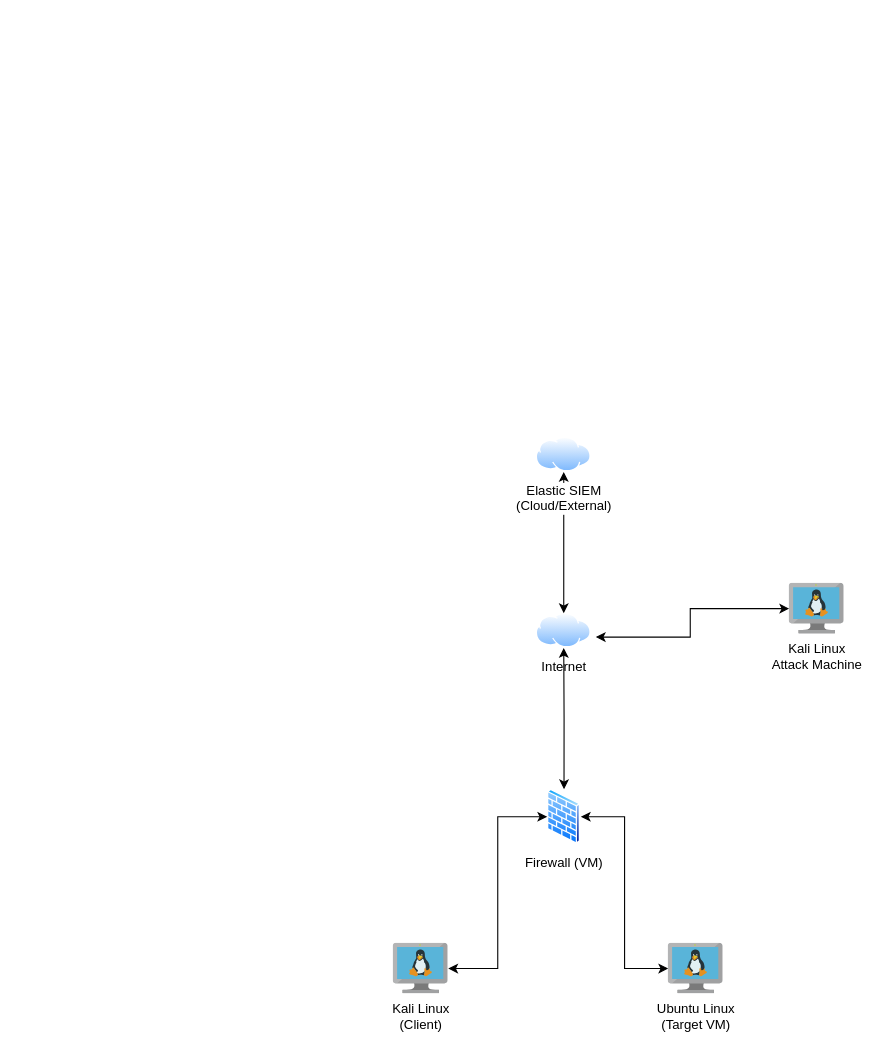
Above: SOC home lab.drawio in cubanrice/cubanrice.github.io (draw.io), before the change. Source tidied: cells renumbered, new cells numbered last; positions are measured from the earlier drawing's top-left corner, leaving out a move shared by most shapes. Both pictures are drawn from the tidied source at 110%, with x=0, y=0 at pixel (393, 437).
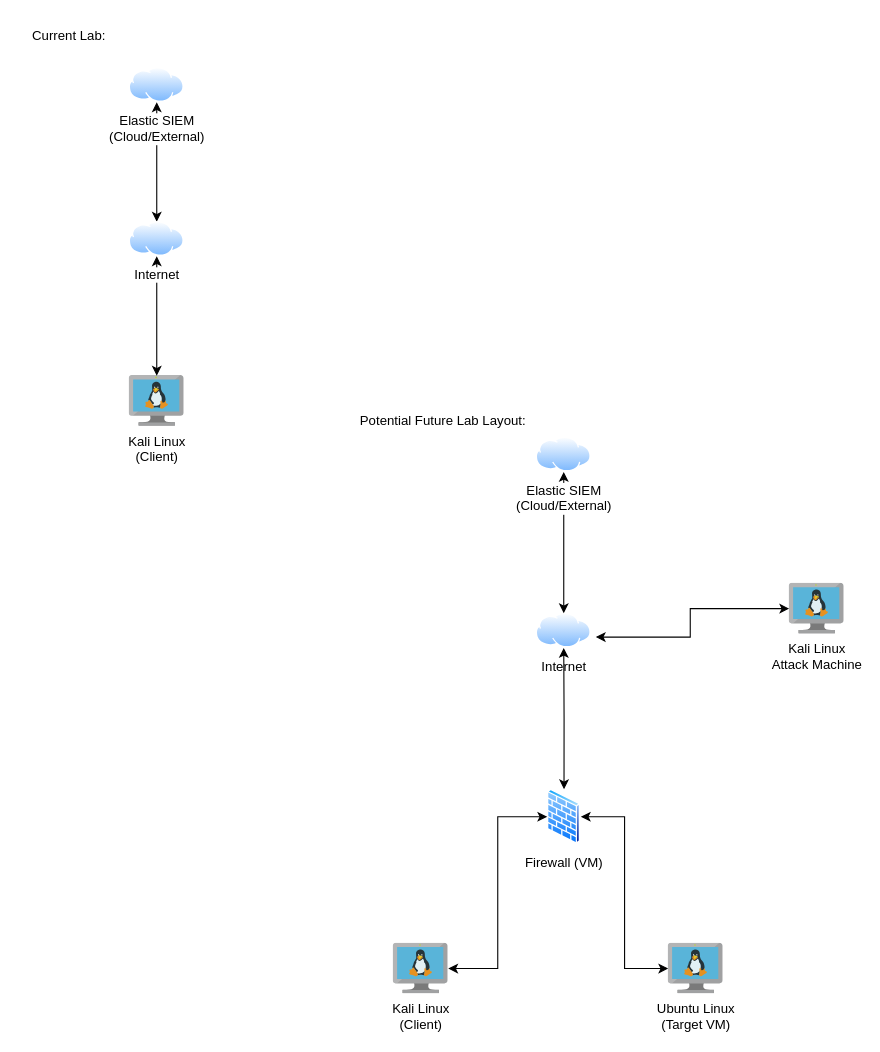
The same diagram, later.

What changed in the source:
```diff
@@
 <mxGraphModel>
   <root>
     <mxCell id="0" />
     <mxCell id="1" parent="0" />
     <mxCell id="2" value="Internet" style="image;perimeter=ellipsePerimeter;html=1;align=center;shadow=0;dashed=0;spacingTop=3;image=img/lib/active_directory/internet_cloud.svg;" parent="1" vertex="1">
       <mxGeometry x="130" y="160" width="50" height="31.5" as="geometry" />
     </mxCell>
     <mxCell id="3" style="edgeStyle=orthogonalEdgeStyle;rounded=0;jettySize=auto;html=1;startArrow=classic;startFill=1;" parent="1" edge="1" source="4" target="2">
       <mxGeometry relative="1" as="geometry" />
     </mxCell>
     <mxCell id="4" value="Firewall (VM)" style="image;perimeter=ellipsePerimeter;html=1;align=center;shadow=0;dashed=0;spacingTop=3;image=img/lib/active_directory/firewall.svg;" parent="1" vertex="1">
       <mxGeometry x="140" y="320" width="30.5" height="50" as="geometry" />
     </mxCell>
     <mxCell id="5" style="edgeStyle=orthogonalEdgeStyle;rounded=0;jettySize=auto;html=1;entryX=0;entryY=0.5;entryDx=0;entryDy=0;startArrow=classic;startFill=1;" parent="1" edge="1" source="6" target="4">
       <mxGeometry relative="1" as="geometry" />
     </mxCell>
     <mxCell id="6" value="Kali Linux&lt;div&gt;(Client)&lt;/div&gt;" style="image;sketch=0;html=1;points=[];align=center;fontSize=12;image=img/lib/mscae/VM_Linux.svg;" parent="1" vertex="1">
       <mxGeometry y="460" width="50" height="46" as="geometry" />
     </mxCell>
     <mxCell id="7" style="edgeStyle=orthogonalEdgeStyle;rounded=0;jettySize=auto;html=1;entryX=1;entryY=0.5;entryDx=0;entryDy=0;startArrow=classic;startFill=1;" parent="1" edge="1" source="8" target="4">
       <mxGeometry relative="1" as="geometry" />
     </mxCell>
     <mxCell id="8" value="Ubuntu Linux&lt;div&gt;(Target VM)&lt;/div&gt;" style="image;sketch=0;html=1;points=[];align=center;fontSize=12;image=img/lib/mscae/VM_Linux.svg;" parent="1" vertex="1">
       <mxGeometry x="250" y="460" width="50" height="46" as="geometry" />
     </mxCell>
     <mxCell id="9" value="Kali Linux&lt;div&gt;Attack Machine&lt;/div&gt;" style="image;sketch=0;html=1;points=[];align=center;fontSize=12;image=img/lib/mscae/VM_Linux.svg;" parent="1" vertex="1">
       <mxGeometry x="360" y="132.8" width="50" height="46" as="geometry" />
     </mxCell>
     <mxCell id="10" style="edgeStyle=orthogonalEdgeStyle;rounded=0;jettySize=auto;html=1;entryX=0.5;entryY=0;entryDx=0;entryDy=0;startArrow=classic;startFill=1;" parent="1" edge="1" source="11" target="2">
       <mxGeometry relative="1" as="geometry" />
     </mxCell>
     <mxCell id="11" value="Elastic SIEM&lt;div&gt;(Cloud/External)&lt;/div&gt;" style="image;perimeter=ellipsePerimeter;html=1;align=center;shadow=0;dashed=0;spacingTop=3;image=img/lib/active_directory/internet_cloud.svg;" parent="1" vertex="1">
       <mxGeometry x="130" width="50" height="31.5" as="geometry" />
     </mxCell>
     <mxCell id="12" style="edgeStyle=orthogonalEdgeStyle;rounded=0;jettySize=auto;html=1;entryX=1.083;entryY=0.688;entryDx=0;entryDy=0;entryPerimeter=0;startArrow=classic;startFill=1;" parent="1" edge="1" source="9" target="2">
       <mxGeometry relative="1" as="geometry" />
     </mxCell>
+    <mxCell id="13" value="Kali Linux&lt;div&gt;(Client)&lt;/div&gt;" style="image;sketch=0;html=1;points=[];align=center;fontSize=12;image=img/lib/mscae/VM_Linux.svg;" parent="1" vertex="1">
+      <mxGeometry x="-240" y="-56" width="50" height="46" as="geometry" />
+    </mxCell>
+    <mxCell id="14" style="edgeStyle=orthogonalEdgeStyle;rounded=0;jettySize=auto;html=1;startArrow=classic;startFill=1;" parent="1" edge="1" source="16" target="17">
+      <mxGeometry relative="1" as="geometry" />
+    </mxCell>
+    <mxCell id="15" style="edgeStyle=orthogonalEdgeStyle;rounded=0;jettySize=auto;html=1;startArrow=classic;startFill=1;" parent="1" edge="1" source="16" target="13">
+      <mxGeometry relative="1" as="geometry" />
+    </mxCell>
+    <mxCell id="16" value="Internet" style="image;perimeter=ellipsePerimeter;html=1;align=center;shadow=0;dashed=0;spacingTop=3;image=img/lib/active_directory/internet_cloud.svg;" parent="1" vertex="1">
+      <mxGeometry x="-240" y="-196" width="50" height="31.5" as="geometry" />
+    </mxCell>
+    <mxCell id="17" value="Elastic SIEM&lt;div&gt;(Cloud/External)&lt;/div&gt;" style="image;perimeter=ellipsePerimeter;html=1;align=center;shadow=0;dashed=0;spacingTop=3;image=img/lib/active_directory/internet_cloud.svg;" parent="1" vertex="1">
+      <mxGeometry x="-240" y="-336" width="50" height="31.5" as="geometry" />
+    </mxCell>
+    <mxCell id="18" value="Current Lab:" style="text;html=1;align=center;verticalAlign=middle;strokeColor=none;fillColor=none;" parent="1" vertex="1">
+      <mxGeometry x="-340" y="-380" width="90" height="30" as="geometry" />
+    </mxCell>
+    <mxCell id="19" value="Potential Future Lab Layout:" style="text;html=1;align=center;verticalAlign=middle;strokeColor=none;fillColor=none;" parent="1" vertex="1">
+      <mxGeometry x="-40" y="-30" width="170" height="30" as="geometry" />
+    </mxCell>
   </root>
 </mxGraphModel>
```
